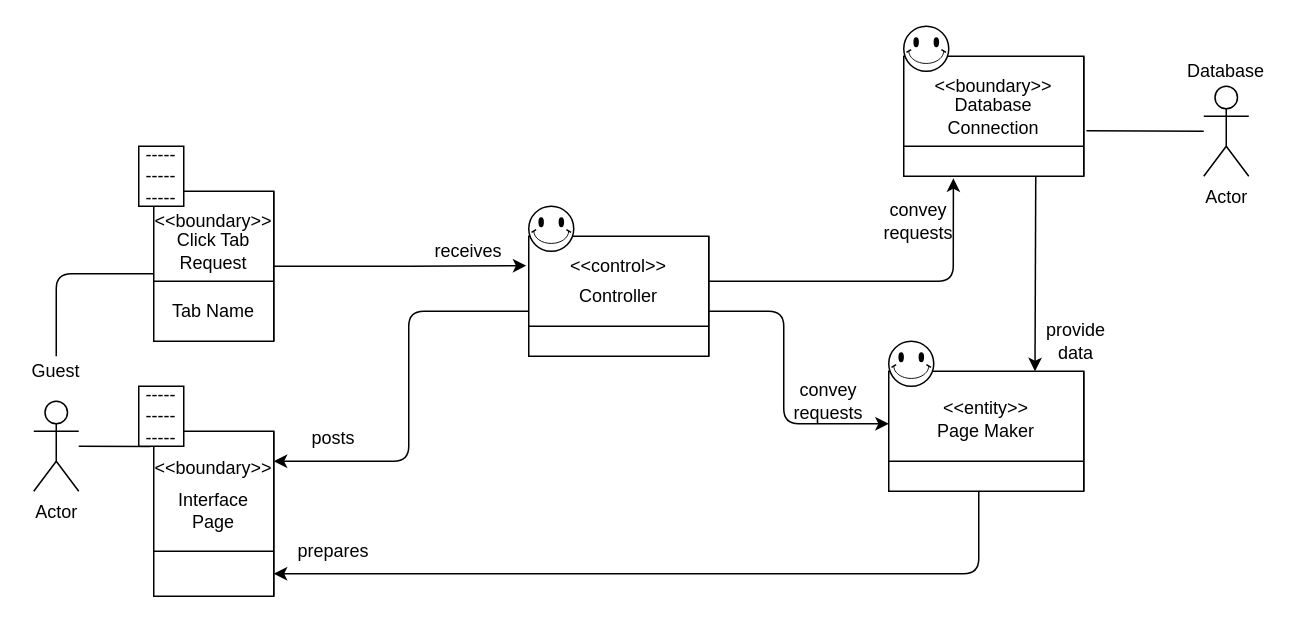
youngkwon02/Enhanced-library-management keeps this draw.io diagram as docs/DomainModels/diagrams/DM-UC-10.drawio. Above is the earlier version. Source tidied: cells renumbered, new cells numbered last; positions are measured from the earlier drawing's top-left corner, leaving out a move shared by most shapes. Both pictures are drawn from the tidied source at 150%, with x=0, y=0 at pixel (26, 26).
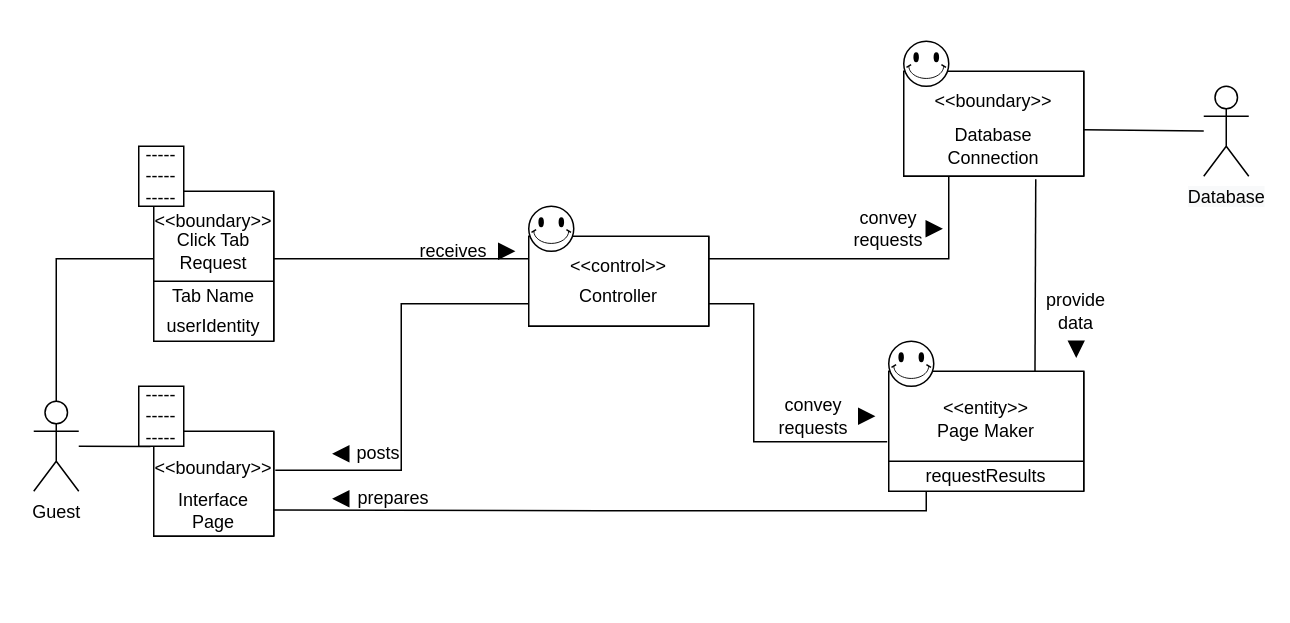
The same page after the edit.

Unchanged cells that the change refers to:
```xml
<mxCell id="2" style="shape=internalStorage;whiteSpace=wrap;html=1;backgroundOutline=1;dx=130;dy=60;" parent="1" vertex="1">
  <mxGeometry x="575" y="230" width="130" height="80" as="geometry" />
</mxCell>
<mxCell id="34" value="Click Tab Request" style="text;html=1;strokeColor=none;fillColor=none;align=center;verticalAlign=middle;whiteSpace=wrap;rounded=0;" parent="1" vertex="1">
  <mxGeometry x="85" y="140" width="80" height="20" as="geometry" />
</mxCell>
```

Diff of the diagram source:
```diff
@@
-    <mxCell id="4" style="shape=internalStorage;whiteSpace=wrap;html=1;backgroundOutline=1;dx=120;dy=60;" parent="1" vertex="1">
-      <mxGeometry x="585" y="20" width="120" height="80" as="geometry" />
+    <mxCell id="4" style="shape=internalStorage;whiteSpace=wrap;html=1;backgroundOutline=1;dx=120;dy=80;" parent="1" vertex="1">
+      <mxGeometry x="585" y="30" width="120" height="70" as="geometry" />
     </mxCell>
     <mxCell id="5" style="verticalLabelPosition=bottom;verticalAlign=top;html=1;shape=mxgraph.basic.smiley;" parent="1" vertex="1">
-      <mxGeometry x="585" width="30" height="30" as="geometry" />
+      <mxGeometry x="585" y="10" width="30" height="30" as="geometry" />
     </mxCell>
+    <mxCell id="42" style="edgeStyle=orthogonalEdgeStyle;rounded=0;jettySize=auto;html=1;exitX=0;exitY=0.75;exitDx=0;exitDy=0;entryX=1.013;entryY=0.371;entryDx=0;entryDy=0;endArrow=none;endFill=0;entryPerimeter=0;" parent="1" edge="1" source="6" target="7">
+      <mxGeometry relative="1" as="geometry" />
+    </mxCell>
+    <mxCell id="43" style="edgeStyle=orthogonalEdgeStyle;rounded=0;jettySize=auto;html=1;exitX=1;exitY=0.75;exitDx=0;exitDy=0;entryX=-0.008;entryY=0.588;entryDx=0;entryDy=0;entryPerimeter=0;endArrow=none;endFill=0;" parent="1" edge="1" source="6" target="2">
+      <mxGeometry relative="1" as="geometry">
+        <Array as="points">
+          <mxPoint x="485" y="185" />
+          <mxPoint x="485" y="277" />
+        </Array>
+      </mxGeometry>
+    </mxCell>
+    <mxCell id="44" style="edgeStyle=orthogonalEdgeStyle;rounded=0;jettySize=auto;html=1;exitX=1;exitY=0.25;exitDx=0;exitDy=0;entryX=0.25;entryY=1;entryDx=0;entryDy=0;endArrow=none;endFill=0;" parent="1" edge="1" source="6" target="4">
+      <mxGeometry relative="1" as="geometry" />
+    </mxCell>
-    <mxCell id="6" style="shape=internalStorage;whiteSpace=wrap;html=1;backgroundOutline=1;dx=120;dy=60;" parent="1" vertex="1">
-      <mxGeometry x="335" y="140" width="120" height="80" as="geometry" />
+    <mxCell id="6" style="shape=internalStorage;whiteSpace=wrap;html=1;backgroundOutline=1;dx=120;dy=80;" parent="1" vertex="1">
+      <mxGeometry x="335" y="140" width="120" height="60" as="geometry" />
     </mxCell>
-    <mxCell id="7" style="shape=internalStorage;whiteSpace=wrap;html=1;backgroundOutline=1;dx=80;dy=80;" parent="1" vertex="1">
-      <mxGeometry x="85" y="270" width="80" height="110" as="geometry" />
+    <mxCell id="7" style="shape=internalStorage;whiteSpace=wrap;html=1;backgroundOutline=1;dx=80;dy=110;" parent="1" vertex="1">
+      <mxGeometry x="85" y="270" width="80" height="70" as="geometry" />
     </mxCell>
@@
-    <mxCell id="9" value="Actor" style="shape=umlActor;verticalLabelPosition=bottom;verticalAlign=top;html=1;outlineConnect=0;" parent="1" vertex="1">
+    <mxCell id="9" value="&lt;span&gt;Guest&lt;/span&gt;" style="shape=umlActor;verticalLabelPosition=bottom;verticalAlign=top;html=1;outlineConnect=0;" parent="1" vertex="1">
       <mxGeometry x="5" y="250" width="30" height="60" as="geometry" />
     </mxCell>
-    <mxCell id="10" value="Guest" style="text;html=1;strokeColor=none;fillColor=none;align=center;verticalAlign=middle;whiteSpace=wrap;rounded=0;" parent="1" vertex="1">
-      <mxGeometry y="220" width="40" height="20" as="geometry" />
-    </mxCell>
@@
     <mxCell id="14" value="Database Connection" style="text;html=1;strokeColor=none;fillColor=none;align=center;verticalAlign=middle;whiteSpace=wrap;rounded=0;" parent="1" vertex="1">
-      <mxGeometry x="625" y="50" width="40" height="20" as="geometry" />
+      <mxGeometry x="625" y="70" width="40" height="20" as="geometry" />
     </mxCell>
-    <mxCell id="15" style="endArrow=classic;html=1;entryX=-0.013;entryY=0.12;entryDx=0;entryDy=0;entryPerimeter=0;" parent="1" edge="1">
-      <mxGeometry relative="1" as="geometry">
-        <mxPoint x="165" y="160" as="sourcePoint" />
-        <mxPoint x="333.4" y="159.6" as="targetPoint" />
-        <Array as="points">
-          <mxPoint x="215" y="160" />
-          <mxPoint x="245" y="160" />
-        </Array>
-      </mxGeometry>
-    </mxCell>
-    <mxCell id="16" style="endArrow=classic;html=1;entryX=1;entryY=0.25;entryDx=0;entryDy=0;" parent="1" edge="1">
-      <mxGeometry relative="1" as="geometry">
-        <mxPoint x="335" y="190" as="sourcePoint" />
-        <mxPoint x="165" y="290" as="targetPoint" />
-        <Array as="points">
-          <mxPoint x="255" y="190" />
-          <mxPoint x="255" y="290" />
-        </Array>
-      </mxGeometry>
-    </mxCell>
-    <mxCell id="17" style="endArrow=classic;html=1;entryX=1;entryY=0.875;entryDx=0;entryDy=0;entryPerimeter=0;" parent="1" edge="1">
-      <mxGeometry relative="1" as="geometry">
-        <mxPoint x="635" y="310" as="sourcePoint" />
-        <mxPoint x="165" y="365" as="targetPoint" />
-        <Array as="points">
-          <mxPoint x="635" y="365" />
-        </Array>
-      </mxGeometry>
-    </mxCell>
-    <mxCell id="18" style="endArrow=classic;html=1;exitX=1;exitY=0.25;exitDx=0;exitDy=0;entryX=0.109;entryY=1.023;entryDx=0;entryDy=0;entryPerimeter=0;" parent="1" edge="1">
-      <mxGeometry relative="1" as="geometry">
-        <mxPoint x="455" y="170" as="sourcePoint" />
-        <mxPoint x="618.1" y="101.4" as="targetPoint" />
-        <Array as="points">
-          <mxPoint x="618" y="170" />
-        </Array>
-      </mxGeometry>
-    </mxCell>
-    <mxCell id="19" style="endArrow=classic;html=1;entryX=0.75;entryY=0;entryDx=0;entryDy=0;" parent="1" edge="1" target="2">
-      <mxGeometry relative="1" as="geometry">
-        <mxPoint x="673" y="100" as="sourcePoint" />
-      </mxGeometry>
-    </mxCell>
-    <mxCell id="20" style="endArrow=classic;html=1;entryX=0;entryY=0.25;entryDx=0;entryDy=0;exitX=1;exitY=0.5;exitDx=0;exitDy=0;" parent="1" edge="1">
-      <mxGeometry relative="1" as="geometry">
-        <mxPoint x="455" y="190" as="sourcePoint" />
-        <mxPoint x="575" y="265" as="targetPoint" />
-        <Array as="points">
-          <mxPoint x="505" y="190" />
-          <mxPoint x="505" y="265" />
-        </Array>
-      </mxGeometry>
-    </mxCell>
     <mxCell id="21" value="receives" style="text;html=1;strokeColor=none;fillColor=none;align=center;verticalAlign=middle;whiteSpace=wrap;rounded=0;" parent="1" vertex="1">
-      <mxGeometry x="275" y="140" width="40" height="20" as="geometry" />
+      <mxGeometry x="265" y="140" width="40" height="20" as="geometry" />
     </mxCell>
     <mxCell id="22" value="posts" style="text;html=1;strokeColor=none;fillColor=none;align=center;verticalAlign=middle;whiteSpace=wrap;rounded=0;" parent="1" vertex="1">
-      <mxGeometry x="185" y="265" width="40" height="20" as="geometry" />
+      <mxGeometry x="215" y="275" width="40" height="20" as="geometry" />
     </mxCell>
     <mxCell id="23" value="prepares" style="text;html=1;strokeColor=none;fillColor=none;align=center;verticalAlign=middle;whiteSpace=wrap;rounded=0;" parent="1" vertex="1">
-      <mxGeometry x="185" y="340" width="40" height="20" as="geometry" />
+      <mxGeometry x="225" y="305" width="40" height="20" as="geometry" />
     </mxCell>
     <mxCell id="24" value="convey requests" style="text;html=1;strokeColor=none;fillColor=none;align=center;verticalAlign=middle;whiteSpace=wrap;rounded=0;" parent="1" vertex="1">
-      <mxGeometry x="515" y="240" width="40" height="20" as="geometry" />
+      <mxGeometry x="505" y="250" width="40" height="20" as="geometry" />
     </mxCell>
     <mxCell id="25" value="convey requests" style="text;html=1;strokeColor=none;fillColor=none;align=center;verticalAlign=middle;whiteSpace=wrap;rounded=0;" parent="1" vertex="1">
-      <mxGeometry x="575" y="120" width="40" height="20" as="geometry" />
+      <mxGeometry x="555" y="125" width="40" height="20" as="geometry" />
     </mxCell>
     <mxCell id="26" value="provide data" style="text;html=1;strokeColor=none;fillColor=none;align=center;verticalAlign=middle;whiteSpace=wrap;rounded=0;" parent="1" vertex="1">
-      <mxGeometry x="680" y="200" width="40" height="20" as="geometry" />
+      <mxGeometry x="680" y="180" width="40" height="20" as="geometry" />
     </mxCell>
-    <mxCell id="27" style="endArrow=none;html=1;exitX=0.5;exitY=0;exitDx=0;exitDy=0;entryX=0;entryY=0.5;entryDx=0;entryDy=0;" parent="1" edge="1" source="10">
-      <mxGeometry relative="1" as="geometry">
-        <mxPoint x="85" y="165" as="targetPoint" />
-        <Array as="points">
-          <mxPoint x="20" y="165" />
-        </Array>
-      </mxGeometry>
-    </mxCell>
@@
     <mxCell id="33" value="Tab Name" style="text;html=1;strokeColor=none;fillColor=none;align=center;verticalAlign=middle;whiteSpace=wrap;rounded=0;" parent="1" vertex="1">
-      <mxGeometry x="85" y="180" width="80" height="20" as="geometry" />
+      <mxGeometry x="85" y="170" width="80" height="20" as="geometry" />
     </mxCell>
+    <mxCell id="45" style="edgeStyle=orthogonalEdgeStyle;rounded=0;jettySize=auto;html=1;exitX=0;exitY=0.75;exitDx=0;exitDy=0;entryX=0.5;entryY=0;entryDx=0;entryDy=0;entryPerimeter=0;endArrow=none;endFill=0;" parent="1" edge="1" source="34" target="9">
+      <mxGeometry relative="1" as="geometry" />
+    </mxCell>
@@
     <mxCell id="35" value="&amp;lt;&amp;lt;boundary&amp;gt;&amp;gt;" style="text;html=1;strokeColor=none;fillColor=none;align=center;verticalAlign=middle;whiteSpace=wrap;rounded=0;" parent="1" vertex="1">
-      <mxGeometry x="625" y="30" width="40" height="20" as="geometry" />
+      <mxGeometry x="625" y="40" width="40" height="20" as="geometry" />
     </mxCell>
@@
-    <mxCell id="37" value="Actor" style="shape=umlActor;verticalLabelPosition=bottom;verticalAlign=top;html=1;outlineConnect=0;" parent="1" vertex="1">
+    <mxCell id="37" value="&lt;span style=&quot;color: rgb(0 , 0 , 0) ; font-family: &amp;#34;helvetica&amp;#34; ; font-size: 12px ; font-style: normal ; font-weight: 400 ; letter-spacing: normal ; text-align: center ; text-indent: 0px ; text-transform: none ; word-spacing: 0px ; background-color: rgb(248 , 249 , 250) ; display: inline ; float: none&quot;&gt;Database&lt;/span&gt;&lt;br&gt;" style="shape=umlActor;verticalLabelPosition=bottom;verticalAlign=top;html=1;outlineConnect=0;" parent="1" vertex="1">
       <mxGeometry x="785" y="40" width="30" height="60" as="geometry" />
     </mxCell>
-    <mxCell id="38" value="Database" style="text;html=1;strokeColor=none;fillColor=none;align=center;verticalAlign=middle;whiteSpace=wrap;rounded=0;" parent="1" vertex="1">
-      <mxGeometry x="780" y="20" width="40" height="20" as="geometry" />
-    </mxCell>
-    <mxCell id="39" style="endArrow=none;html=1;exitX=1.015;exitY=0.62;exitDx=0;exitDy=0;exitPerimeter=0;" parent="1" edge="1" source="4" target="37">
-      <mxGeometry relative="1" as="geometry" />
+    <mxCell id="39" style="endArrow=none;html=1;" parent="1" edge="1" target="37">
+      <mxGeometry relative="1" as="geometry">
+        <mxPoint x="705" y="69" as="sourcePoint" />
+      </mxGeometry>
     </mxCell>
@@
+    <mxCell id="46" style="endArrow=none;html=1;entryX=0;entryY=0.25;entryDx=0;entryDy=0;exitX=1;exitY=0.75;exitDx=0;exitDy=0;" parent="1" edge="1" source="34" target="6">
+      <mxGeometry relative="1" as="geometry" />
+    </mxCell>
+    <mxCell id="47" style="triangle;whiteSpace=wrap;html=1;fillColor=#000000;" parent="1" vertex="1">
+      <mxGeometry x="315" y="145" width="10" height="10" as="geometry" />
+    </mxCell>
+    <mxCell id="48" style="triangle;whiteSpace=wrap;html=1;fillColor=#000000;direction=west;" parent="1" vertex="1">
+      <mxGeometry x="205" y="280" width="10" height="10" as="geometry" />
+    </mxCell>
+    <mxCell id="49" style="triangle;whiteSpace=wrap;html=1;fillColor=#000000;" parent="1" vertex="1">
+      <mxGeometry x="600" y="130" width="10" height="10" as="geometry" />
+    </mxCell>
+    <mxCell id="50" style="triangle;whiteSpace=wrap;html=1;fillColor=#000000;direction=west;" parent="1" vertex="1">
+      <mxGeometry x="205" y="310" width="10" height="10" as="geometry" />
+    </mxCell>
+    <mxCell id="51" style="triangle;whiteSpace=wrap;html=1;fillColor=#000000;" parent="1" vertex="1">
+      <mxGeometry x="555" y="255" width="10" height="10" as="geometry" />
+    </mxCell>
+    <mxCell id="52" style="endArrow=none;html=1;exitX=0.75;exitY=0;exitDx=0;exitDy=0;" parent="1" edge="1" source="2">
+      <mxGeometry relative="1" as="geometry">
+        <mxPoint x="673" y="102" as="targetPoint" />
+      </mxGeometry>
+    </mxCell>
+    <mxCell id="53" style="triangle;whiteSpace=wrap;html=1;fillColor=#000000;direction=south;" parent="1" vertex="1">
+      <mxGeometry x="695" y="210" width="10" height="10" as="geometry" />
+    </mxCell>
+    <mxCell id="54" value="userIdentity" style="text;html=1;strokeColor=none;fillColor=none;align=center;verticalAlign=middle;whiteSpace=wrap;rounded=0;" parent="1" vertex="1">
+      <mxGeometry x="85" y="190" width="80" height="20" as="geometry" />
+    </mxCell>
+    <mxCell id="55" style="edgeStyle=orthogonalEdgeStyle;rounded=0;jettySize=auto;html=1;exitX=0;exitY=1;exitDx=0;exitDy=0;entryX=1;entryY=0.75;entryDx=0;entryDy=0;endArrow=none;endFill=0;" parent="1" edge="1" source="56" target="7">
+      <mxGeometry relative="1" as="geometry">
+        <Array as="points">
+          <mxPoint x="600" y="323" />
+          <mxPoint x="383" y="323" />
+        </Array>
+      </mxGeometry>
+    </mxCell>
+    <mxCell id="56" value="requestResults" style="text;html=1;strokeColor=none;fillColor=none;align=center;verticalAlign=middle;whiteSpace=wrap;rounded=0;" parent="1" vertex="1">
+      <mxGeometry x="600" y="290" width="80" height="20" as="geometry" />
+    </mxCell>
```
